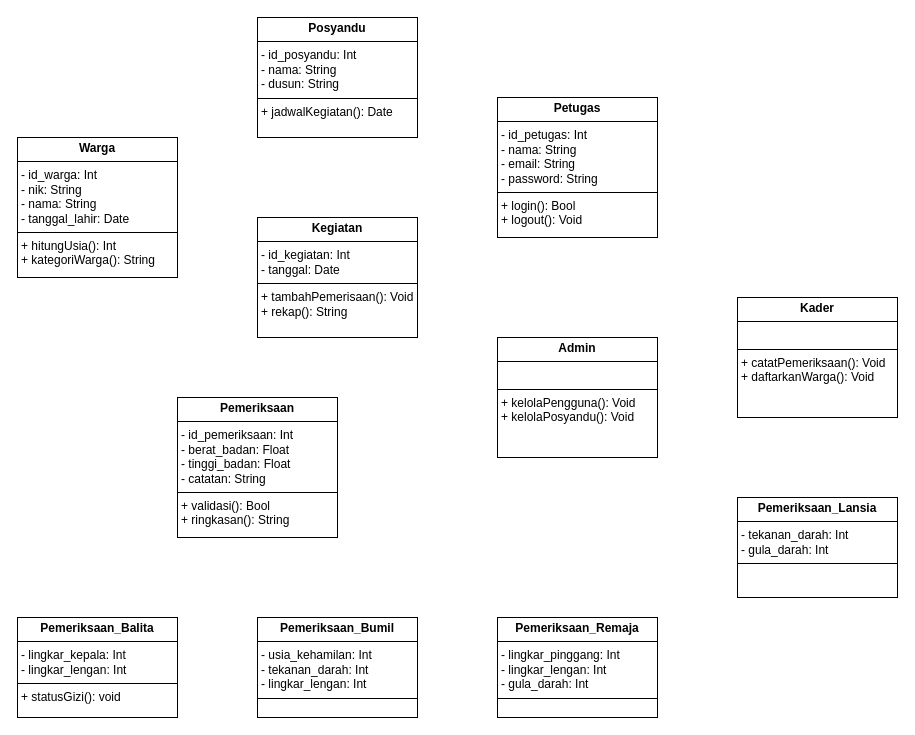
Awipratama/Posyandu_Mobile keeps this draw.io diagram as page "Class Diagram" (2 of 2) of PBO UML.drawio. Above is the earlier version. Source tidied: cells renumbered, new cells numbered last; positions are measured from the earlier drawing's top-left corner, leaving out a move shared by most shapes. Both pictures are drawn from the tidied source at 100%, with x=0, y=0 at pixel (17, 17).
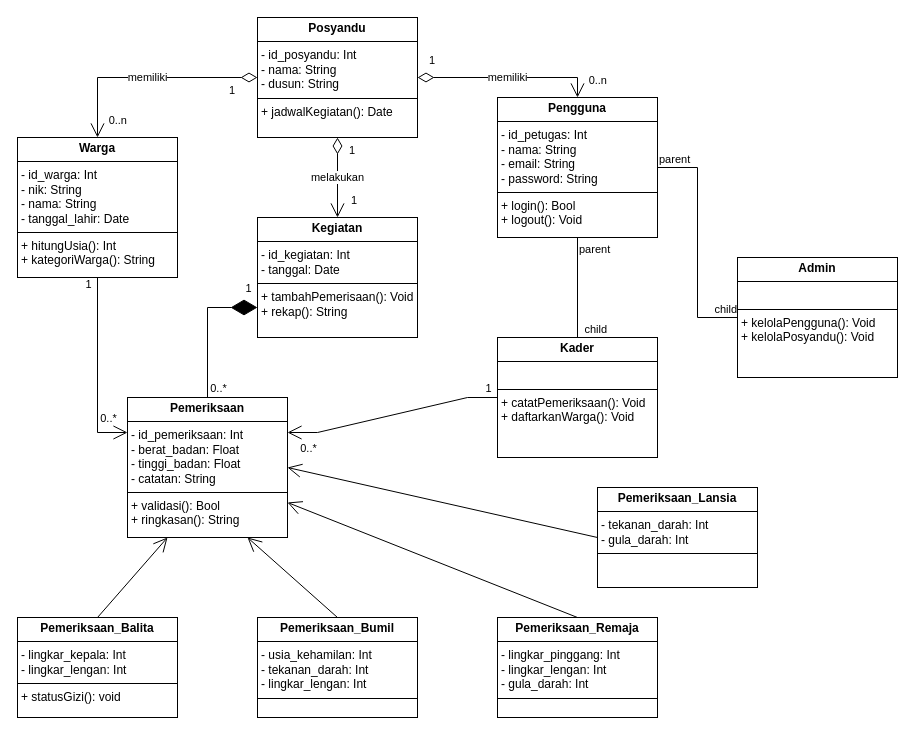
The same diagram, later.

The change refers to these unchanged cells:
```xml
<mxCell id="2" value="&lt;p style=&quot;margin:0px;margin-top:4px;text-align:center;&quot;&gt;&lt;b&gt;Posyandu&lt;/b&gt;&lt;/p&gt;&lt;hr size=&quot;1&quot; style=&quot;border-style:solid;&quot;&gt;&lt;p style=&quot;margin:0px;margin-left:4px;&quot;&gt;- id_posyandu: Int&lt;/p&gt;&lt;p style=&quot;margin:0px;margin-left:4px;&quot;&gt;- nama: String&lt;/p&gt;&lt;p style=&quot;margin:0px;margin-left:4px;&quot;&gt;- dusun: String&lt;/p&gt;&lt;hr size=&quot;1&quot; style=&quot;border-style:solid;&quot;&gt;&lt;p style=&quot;margin:0px;margin-left:4px;&quot;&gt;+ jadwalKegiatan(): Date&lt;/p&gt;" style="verticalAlign=top;align=left;overflow=fill;html=1;whiteSpace=wrap;" parent="1" vertex="1">
  <mxGeometry x="240" width="160" height="120" as="geometry" />
</mxCell>
<mxCell id="3" value="&lt;p style=&quot;margin:0px;margin-top:4px;text-align:center;&quot;&gt;&lt;b&gt;Warga&lt;/b&gt;&lt;/p&gt;&lt;hr size=&quot;1&quot; style=&quot;border-style:solid;&quot;&gt;&lt;p style=&quot;margin:0px;margin-left:4px;&quot;&gt;- id_warga: Int&lt;/p&gt;&lt;p style=&quot;margin:0px;margin-left:4px;&quot;&gt;- nik: String&lt;/p&gt;&lt;p style=&quot;margin:0px;margin-left:4px;&quot;&gt;- nama: String&lt;/p&gt;&lt;p style=&quot;margin:0px;margin-left:4px;&quot;&gt;- tanggal_lahir: Date&lt;/p&gt;&lt;hr size=&quot;1&quot; style=&quot;border-style:solid;&quot;&gt;&lt;p style=&quot;margin:0px;margin-left:4px;&quot;&gt;+ hitungUsia(): Int&lt;/p&gt;&lt;p style=&quot;margin:0px;margin-left:4px;&quot;&gt;+ kategoriWarga(): String&lt;/p&gt;" style="verticalAlign=top;align=left;overflow=fill;html=1;whiteSpace=wrap;" parent="1" vertex="1">
  <mxGeometry y="120" width="160" height="140" as="geometry" />
</mxCell>
<mxCell id="4" value="&lt;p style=&quot;margin:0px;margin-top:4px;text-align:center;&quot;&gt;&lt;b&gt;Kegiatan&lt;/b&gt;&lt;/p&gt;&lt;hr size=&quot;1&quot; style=&quot;border-style:solid;&quot;&gt;&lt;p style=&quot;margin:0px;margin-left:4px;&quot;&gt;- id_kegiatan: Int&lt;/p&gt;&lt;p style=&quot;margin:0px;margin-left:4px;&quot;&gt;- tanggal: Date&lt;/p&gt;&lt;hr size=&quot;1&quot; style=&quot;border-style:solid;&quot;&gt;&lt;p style=&quot;margin:0px;margin-left:4px;&quot;&gt;+ tambahPemerisaan(): Void&lt;/p&gt;&lt;p style=&quot;margin:0px;margin-left:4px;&quot;&gt;+ rekap(): String&lt;/p&gt;" style="verticalAlign=top;align=left;overflow=fill;html=1;whiteSpace=wrap;" parent="1" vertex="1">
  <mxGeometry x="240" y="200" width="160" height="120" as="geometry" />
</mxCell>
<mxCell id="9" value="&lt;p style=&quot;margin:0px;margin-top:4px;text-align:center;&quot;&gt;&lt;b&gt;Pemeriksaan_Balita&lt;/b&gt;&lt;/p&gt;&lt;hr size=&quot;1&quot; style=&quot;border-style:solid;&quot;&gt;&lt;p style=&quot;margin:0px;margin-left:4px;&quot;&gt;- lingkar_kepala: Int&lt;/p&gt;&lt;p style=&quot;margin:0px;margin-left:4px;&quot;&gt;- lingkar_lengan: Int&lt;/p&gt;&lt;hr size=&quot;1&quot; style=&quot;border-style:solid;&quot;&gt;&lt;p style=&quot;margin:0px;margin-left:4px;&quot;&gt;+ statusGizi(): void&lt;/p&gt;" style="verticalAlign=top;align=left;overflow=fill;html=1;whiteSpace=wrap;" parent="1" vertex="1">
  <mxGeometry y="600" width="160" height="100" as="geometry" />
</mxCell>
<mxCell id="10" value="&lt;p style=&quot;margin:0px;margin-top:4px;text-align:center;&quot;&gt;&lt;b&gt;Pemeriksaan_Bumil&lt;/b&gt;&lt;/p&gt;&lt;hr size=&quot;1&quot; style=&quot;border-style:solid;&quot;&gt;&lt;p style=&quot;margin:0px;margin-left:4px;&quot;&gt;- usia_kehamilan: Int&lt;/p&gt;&lt;p style=&quot;margin:0px;margin-left:4px;&quot;&gt;- tekanan_darah: Int&lt;/p&gt;&lt;p style=&quot;margin:0px;margin-left:4px;&quot;&gt;- lingkar_lengan: Int&lt;/p&gt;&lt;hr size=&quot;1&quot; style=&quot;border-style:solid;&quot;&gt;&lt;p style=&quot;margin:0px;margin-left:4px;&quot;&gt;&lt;br&gt;&lt;/p&gt;" style="verticalAlign=top;align=left;overflow=fill;html=1;whiteSpace=wrap;" parent="1" vertex="1">
  <mxGeometry x="240" y="600" width="160" height="100" as="geometry" />
</mxCell>
<mxCell id="12" value="&lt;p style=&quot;margin:0px;margin-top:4px;text-align:center;&quot;&gt;&lt;b&gt;Pemeriksaan_Remaja&lt;/b&gt;&lt;/p&gt;&lt;hr size=&quot;1&quot; style=&quot;border-style:solid;&quot;&gt;&lt;p style=&quot;margin:0px;margin-left:4px;&quot;&gt;- lingkar_pinggang: Int&lt;/p&gt;&lt;p style=&quot;margin:0px;margin-left:4px;&quot;&gt;- lingkar_lengan: Int&lt;/p&gt;&lt;p style=&quot;margin:0px;margin-left:4px;&quot;&gt;- gula_darah: Int&lt;/p&gt;&lt;hr size=&quot;1&quot; style=&quot;border-style:solid;&quot;&gt;&lt;p style=&quot;margin:0px;margin-left:4px;&quot;&gt;&lt;br&gt;&lt;/p&gt;" style="verticalAlign=top;align=left;overflow=fill;html=1;whiteSpace=wrap;" parent="1" vertex="1">
  <mxGeometry x="480" y="600" width="160" height="100" as="geometry" />
</mxCell>
```

What changed in the source:
```diff
@@
-    <mxCell id="5" value="&lt;p style=&quot;margin:0px;margin-top:4px;text-align:center;&quot;&gt;&lt;b&gt;Petugas&lt;/b&gt;&lt;/p&gt;&lt;hr size=&quot;1&quot; style=&quot;border-style:solid;&quot;&gt;&lt;p style=&quot;margin:0px;margin-left:4px;&quot;&gt;- id_petugas: Int&lt;/p&gt;&lt;p style=&quot;margin:0px;margin-left:4px;&quot;&gt;- nama: String&lt;/p&gt;&lt;p style=&quot;margin:0px;margin-left:4px;&quot;&gt;- email: String&lt;/p&gt;&lt;p style=&quot;margin:0px;margin-left:4px;&quot;&gt;- password: String&lt;/p&gt;&lt;hr size=&quot;1&quot; style=&quot;border-style:solid;&quot;&gt;&lt;p style=&quot;margin:0px;margin-left:4px;&quot;&gt;+ login(): Bool&lt;/p&gt;&lt;p style=&quot;margin:0px;margin-left:4px;&quot;&gt;+ logout(): Void&lt;/p&gt;" style="verticalAlign=top;align=left;overflow=fill;html=1;whiteSpace=wrap;" parent="1" vertex="1">
+    <mxCell id="5" value="&lt;p style=&quot;margin:0px;margin-top:4px;text-align:center;&quot;&gt;&lt;b&gt;Pengguna&lt;/b&gt;&lt;/p&gt;&lt;hr size=&quot;1&quot; style=&quot;border-style:solid;&quot;&gt;&lt;p style=&quot;margin:0px;margin-left:4px;&quot;&gt;- id_petugas: Int&lt;/p&gt;&lt;p style=&quot;margin:0px;margin-left:4px;&quot;&gt;- nama: String&lt;/p&gt;&lt;p style=&quot;margin:0px;margin-left:4px;&quot;&gt;- email: String&lt;/p&gt;&lt;p style=&quot;margin:0px;margin-left:4px;&quot;&gt;- password: String&lt;/p&gt;&lt;hr size=&quot;1&quot; style=&quot;border-style:solid;&quot;&gt;&lt;p style=&quot;margin:0px;margin-left:4px;&quot;&gt;+ login(): Bool&lt;/p&gt;&lt;p style=&quot;margin:0px;margin-left:4px;&quot;&gt;+ logout(): Void&lt;/p&gt;" style="verticalAlign=top;align=left;overflow=fill;html=1;whiteSpace=wrap;" parent="1" vertex="1">
       <mxGeometry x="480" y="80" width="160" height="140" as="geometry" />
     </mxCell>
     <mxCell id="6" value="&lt;p style=&quot;margin:0px;margin-top:4px;text-align:center;&quot;&gt;&lt;b&gt;Admin&lt;/b&gt;&lt;/p&gt;&lt;hr size=&quot;1&quot; style=&quot;border-style:solid;&quot;&gt;&lt;p style=&quot;margin:0px;margin-left:4px;&quot;&gt;&lt;br&gt;&lt;/p&gt;&lt;hr size=&quot;1&quot; style=&quot;border-style:solid;&quot;&gt;&lt;p style=&quot;margin:0px;margin-left:4px;&quot;&gt;+ kelolaPengguna(): Void&lt;/p&gt;&lt;p style=&quot;margin:0px;margin-left:4px;&quot;&gt;+ kelolaPosyandu(): Void&lt;/p&gt;" style="verticalAlign=top;align=left;overflow=fill;html=1;whiteSpace=wrap;" parent="1" vertex="1">
-      <mxGeometry x="480" y="320" width="160" height="120" as="geometry" />
+      <mxGeometry x="720" y="240" width="160" height="120" as="geometry" />
     </mxCell>
     <mxCell id="7" value="&lt;p style=&quot;margin:0px;margin-top:4px;text-align:center;&quot;&gt;&lt;b&gt;Kader&lt;/b&gt;&lt;/p&gt;&lt;hr size=&quot;1&quot; style=&quot;border-style:solid;&quot;&gt;&lt;p style=&quot;margin:0px;margin-left:4px;&quot;&gt;&lt;br&gt;&lt;/p&gt;&lt;hr size=&quot;1&quot; style=&quot;border-style:solid;&quot;&gt;&lt;p style=&quot;margin:0px;margin-left:4px;&quot;&gt;+ catatPemeriksaan(): Void&lt;/p&gt;&lt;p style=&quot;margin:0px;margin-left:4px;&quot;&gt;+ daftarkanWarga(): Void&lt;/p&gt;" style="verticalAlign=top;align=left;overflow=fill;html=1;whiteSpace=wrap;" parent="1" vertex="1">
-      <mxGeometry x="720" y="280" width="160" height="120" as="geometry" />
+      <mxGeometry x="480" y="320" width="160" height="120" as="geometry" />
     </mxCell>
     <mxCell id="8" value="&lt;p style=&quot;margin:0px;margin-top:4px;text-align:center;&quot;&gt;&lt;b&gt;Pemeriksaan&lt;/b&gt;&lt;/p&gt;&lt;hr size=&quot;1&quot; style=&quot;border-style:solid;&quot;&gt;&lt;p style=&quot;margin:0px;margin-left:4px;&quot;&gt;- id_pemeriksaan: Int&lt;/p&gt;&lt;p style=&quot;margin:0px;margin-left:4px;&quot;&gt;- berat_badan: Float&lt;/p&gt;&lt;p style=&quot;margin:0px;margin-left:4px;&quot;&gt;- tinggi_badan: Float&lt;/p&gt;&lt;p style=&quot;margin:0px;margin-left:4px;&quot;&gt;- catatan: String&lt;/p&gt;&lt;hr size=&quot;1&quot; style=&quot;border-style:solid;&quot;&gt;&lt;p style=&quot;margin:0px;margin-left:4px;&quot;&gt;+ validasi(): Bool&lt;/p&gt;&lt;p style=&quot;margin:0px;margin-left:4px;&quot;&gt;+ ringkasan(): String&lt;/p&gt;" style="verticalAlign=top;align=left;overflow=fill;html=1;whiteSpace=wrap;" parent="1" vertex="1">
-      <mxGeometry x="160" y="380" width="160" height="140" as="geometry" />
+      <mxGeometry x="110" y="380" width="160" height="140" as="geometry" />
     </mxCell>
@@
     <mxCell id="11" value="&lt;p style=&quot;margin:0px;margin-top:4px;text-align:center;&quot;&gt;&lt;b&gt;Pemeriksaan_Lansia&lt;/b&gt;&lt;/p&gt;&lt;hr size=&quot;1&quot; style=&quot;border-style:solid;&quot;&gt;&lt;p style=&quot;margin:0px;margin-left:4px;&quot;&gt;- tekanan_darah: Int&lt;/p&gt;&lt;p style=&quot;margin:0px;margin-left:4px;&quot;&gt;- gula_darah: Int&lt;/p&gt;&lt;hr size=&quot;1&quot; style=&quot;border-style:solid;&quot;&gt;&lt;p style=&quot;margin:0px;margin-left:4px;&quot;&gt;&lt;br&gt;&lt;/p&gt;" style="verticalAlign=top;align=left;overflow=fill;html=1;whiteSpace=wrap;" parent="1" vertex="1">
-      <mxGeometry x="720" y="480" width="160" height="100" as="geometry" />
+      <mxGeometry x="580" y="470" width="160" height="100" as="geometry" />
     </mxCell>
@@
+    <mxCell id="13" value="memiliki" style="endArrow=open;html=1;endSize=12;startArrow=diamondThin;startSize=14;startFill=0;edgeStyle=orthogonalEdgeStyle;rounded=0;exitX=1;exitY=0.5;exitDx=0;exitDy=0;entryX=0.5;entryY=0;entryDx=0;entryDy=0;" parent="1" edge="1" source="2" target="5">
+      <mxGeometry relative="1" as="geometry" />
+    </mxCell>
+    <mxCell id="14" value="1" style="edgeLabel;html=1;align=left;verticalAlign=top;" parent="13" vertex="1">
+      <mxGeometry x="-1" relative="1" as="geometry">
+        <mxPoint x="10" y="-30" as="offset" />
+      </mxGeometry>
+    </mxCell>
+    <mxCell id="15" value="0..n" style="edgeLabel;html=1;align=right;verticalAlign=top;" parent="13" vertex="1">
+      <mxGeometry x="1" relative="1" as="geometry">
+        <mxPoint x="30" y="-30" as="offset" />
+      </mxGeometry>
+    </mxCell>
+    <mxCell id="16" value="memiliki" style="endArrow=open;html=1;endSize=12;startArrow=diamondThin;startSize=14;startFill=0;edgeStyle=orthogonalEdgeStyle;rounded=0;entryX=0.5;entryY=0;entryDx=0;entryDy=0;exitX=0;exitY=0.5;exitDx=0;exitDy=0;" parent="1" edge="1" source="2" target="3">
+      <mxGeometry relative="1" as="geometry" />
+    </mxCell>
+    <mxCell id="17" value="1" style="edgeLabel;html=1;align=left;verticalAlign=top;" parent="16" vertex="1">
+      <mxGeometry x="-1" relative="1" as="geometry">
+        <mxPoint x="-30" as="offset" />
+      </mxGeometry>
+    </mxCell>
+    <mxCell id="18" value="0..n" style="edgeLabel;html=1;align=right;verticalAlign=top;" parent="16" vertex="1">
+      <mxGeometry x="1" relative="1" as="geometry">
+        <mxPoint x="30" y="-30" as="offset" />
+      </mxGeometry>
+    </mxCell>
+    <mxCell id="19" value="melakukan" style="endArrow=open;html=1;endSize=12;startArrow=diamondThin;startSize=14;startFill=0;edgeStyle=orthogonalEdgeStyle;rounded=0;exitX=0.5;exitY=1;exitDx=0;exitDy=0;entryX=0.5;entryY=0;entryDx=0;entryDy=0;" parent="1" edge="1" source="2" target="4">
+      <mxGeometry relative="1" as="geometry" />
+    </mxCell>
+    <mxCell id="20" value="1" style="edgeLabel;html=1;align=left;verticalAlign=top;" parent="19" vertex="1">
+      <mxGeometry x="-1" relative="1" as="geometry">
+        <mxPoint x="10" as="offset" />
+      </mxGeometry>
+    </mxCell>
+    <mxCell id="21" value="1" style="edgeLabel;html=1;align=right;verticalAlign=top;" parent="19" vertex="1">
+      <mxGeometry x="1" relative="1" as="geometry">
+        <mxPoint x="20" y="-30" as="offset" />
+      </mxGeometry>
+    </mxCell>
+    <mxCell id="22" style="endArrow=diamondThin;endFill=1;endSize=24;html=1;rounded=0;entryX=0;entryY=0.75;entryDx=0;entryDy=0;exitX=0.5;exitY=0;exitDx=0;exitDy=0;edgeStyle=orthogonalEdgeStyle;" parent="1" edge="1" source="8" target="4">
+      <mxGeometry relative="1" as="geometry" />
+    </mxCell>
+    <mxCell id="23" value="1" style="edgeLabel;html=1;align=center;verticalAlign=middle;" parent="22" vertex="1">
+      <mxGeometry x="0.47" y="2" relative="1" as="geometry">
+        <mxPoint x="27" y="-18" as="offset" />
+      </mxGeometry>
+    </mxCell>
+    <mxCell id="24" value="0..*" style="edgeLabel;html=1;align=center;verticalAlign=middle;" parent="22" vertex="1">
+      <mxGeometry x="-0.75" y="1" relative="1" as="geometry">
+        <mxPoint x="11" y="8" as="offset" />
+      </mxGeometry>
+    </mxCell>
+    <mxCell id="25" style="endArrow=open;endFill=1;endSize=12;html=1;rounded=0;exitX=0.5;exitY=1;exitDx=0;exitDy=0;entryX=0;entryY=0.25;entryDx=0;entryDy=0;edgeStyle=orthogonalEdgeStyle;" parent="1" edge="1" source="3" target="8">
+      <mxGeometry relative="1" as="geometry" />
+    </mxCell>
+    <mxCell id="26" value="1" style="edgeLabel;html=1;align=center;verticalAlign=middle;" parent="25" vertex="1">
+      <mxGeometry x="-0.78" y="4" relative="1" as="geometry">
+        <mxPoint x="-14" y="-14" as="offset" />
+      </mxGeometry>
+    </mxCell>
+    <mxCell id="27" value="0..*" style="edgeLabel;html=1;align=center;verticalAlign=middle;" parent="25" vertex="1">
+      <mxGeometry x="0.79" y="-1" relative="1" as="geometry">
+        <mxPoint x="-1" y="-16" as="offset" />
+      </mxGeometry>
+    </mxCell>
+    <mxCell id="28" style="endArrow=open;endFill=1;endSize=12;html=1;rounded=0;entryX=1;entryY=0.25;entryDx=0;entryDy=0;exitX=0;exitY=0.5;exitDx=0;exitDy=0;edgeStyle=entityRelationEdgeStyle;" parent="1" edge="1" source="7" target="8">
+      <mxGeometry relative="1" as="geometry" />
+    </mxCell>
+    <mxCell id="29" value="1" style="edgeLabel;html=1;align=center;verticalAlign=middle;" parent="28" vertex="1">
+      <mxGeometry x="-0.85" y="-1" relative="1" as="geometry">
+        <mxPoint x="6" y="-9" as="offset" />
+      </mxGeometry>
+    </mxCell>
+    <mxCell id="30" value="0..*" style="edgeLabel;html=1;align=center;verticalAlign=middle;" parent="28" vertex="1">
+      <mxGeometry x="0.81" relative="1" as="geometry">
+        <mxPoint y="15" as="offset" />
+      </mxGeometry>
+    </mxCell>
+    <mxCell id="31" style="endArrow=none;html=1;edgeStyle=orthogonalEdgeStyle;rounded=0;exitX=1;exitY=0.5;exitDx=0;exitDy=0;entryX=0;entryY=0.5;entryDx=0;entryDy=0;" parent="1" edge="1" source="5" target="6">
+      <mxGeometry relative="1" as="geometry" />
+    </mxCell>
+    <mxCell id="32" value="parent" style="edgeLabel;html=1;align=left;verticalAlign=bottom;" parent="31" vertex="1">
+      <mxGeometry x="-1" relative="1" as="geometry" />
+    </mxCell>
+    <mxCell id="33" value="child" style="edgeLabel;html=1;align=right;verticalAlign=bottom;" parent="31" vertex="1">
+      <mxGeometry x="1" relative="1" as="geometry" />
+    </mxCell>
+    <mxCell id="34" style="endArrow=none;html=1;edgeStyle=orthogonalEdgeStyle;rounded=0;exitX=0.5;exitY=1;exitDx=0;exitDy=0;entryX=0.5;entryY=0;entryDx=0;entryDy=0;" parent="1" edge="1" source="5" target="7">
+      <mxGeometry relative="1" as="geometry" />
+    </mxCell>
+    <mxCell id="35" value="parent" style="edgeLabel;html=1;align=left;verticalAlign=bottom;" parent="34" vertex="1">
+      <mxGeometry x="-1" relative="1" as="geometry">
+        <mxPoint y="20" as="offset" />
+      </mxGeometry>
+    </mxCell>
+    <mxCell id="36" value="child" style="edgeLabel;html=1;align=right;verticalAlign=bottom;" parent="34" vertex="1">
+      <mxGeometry x="1" relative="1" as="geometry">
+        <mxPoint x="30" as="offset" />
+      </mxGeometry>
+    </mxCell>
+    <mxCell id="37" style="endArrow=open;endFill=1;endSize=12;html=1;rounded=0;entryX=1;entryY=0.75;entryDx=0;entryDy=0;exitX=0.5;exitY=0;exitDx=0;exitDy=0;" parent="1" edge="1" source="12" target="8">
+      <mxGeometry relative="1" as="geometry" />
+    </mxCell>
+    <mxCell id="38" style="endArrow=open;endFill=1;endSize=12;html=1;rounded=0;entryX=0.75;entryY=1;entryDx=0;entryDy=0;exitX=0.5;exitY=0;exitDx=0;exitDy=0;" parent="1" edge="1" source="10" target="8">
+      <mxGeometry relative="1" as="geometry" />
+    </mxCell>
+    <mxCell id="39" style="endArrow=open;endFill=1;endSize=12;html=1;rounded=0;entryX=0.25;entryY=1;entryDx=0;entryDy=0;exitX=0.5;exitY=0;exitDx=0;exitDy=0;" parent="1" edge="1" source="9" target="8">
+      <mxGeometry relative="1" as="geometry" />
+    </mxCell>
+    <mxCell id="40" style="endArrow=open;endFill=1;endSize=12;html=1;rounded=0;entryX=1;entryY=0.5;entryDx=0;entryDy=0;exitX=0;exitY=0.5;exitDx=0;exitDy=0;" parent="1" edge="1" source="11" target="8">
+      <mxGeometry relative="1" as="geometry" />
+    </mxCell>
```
